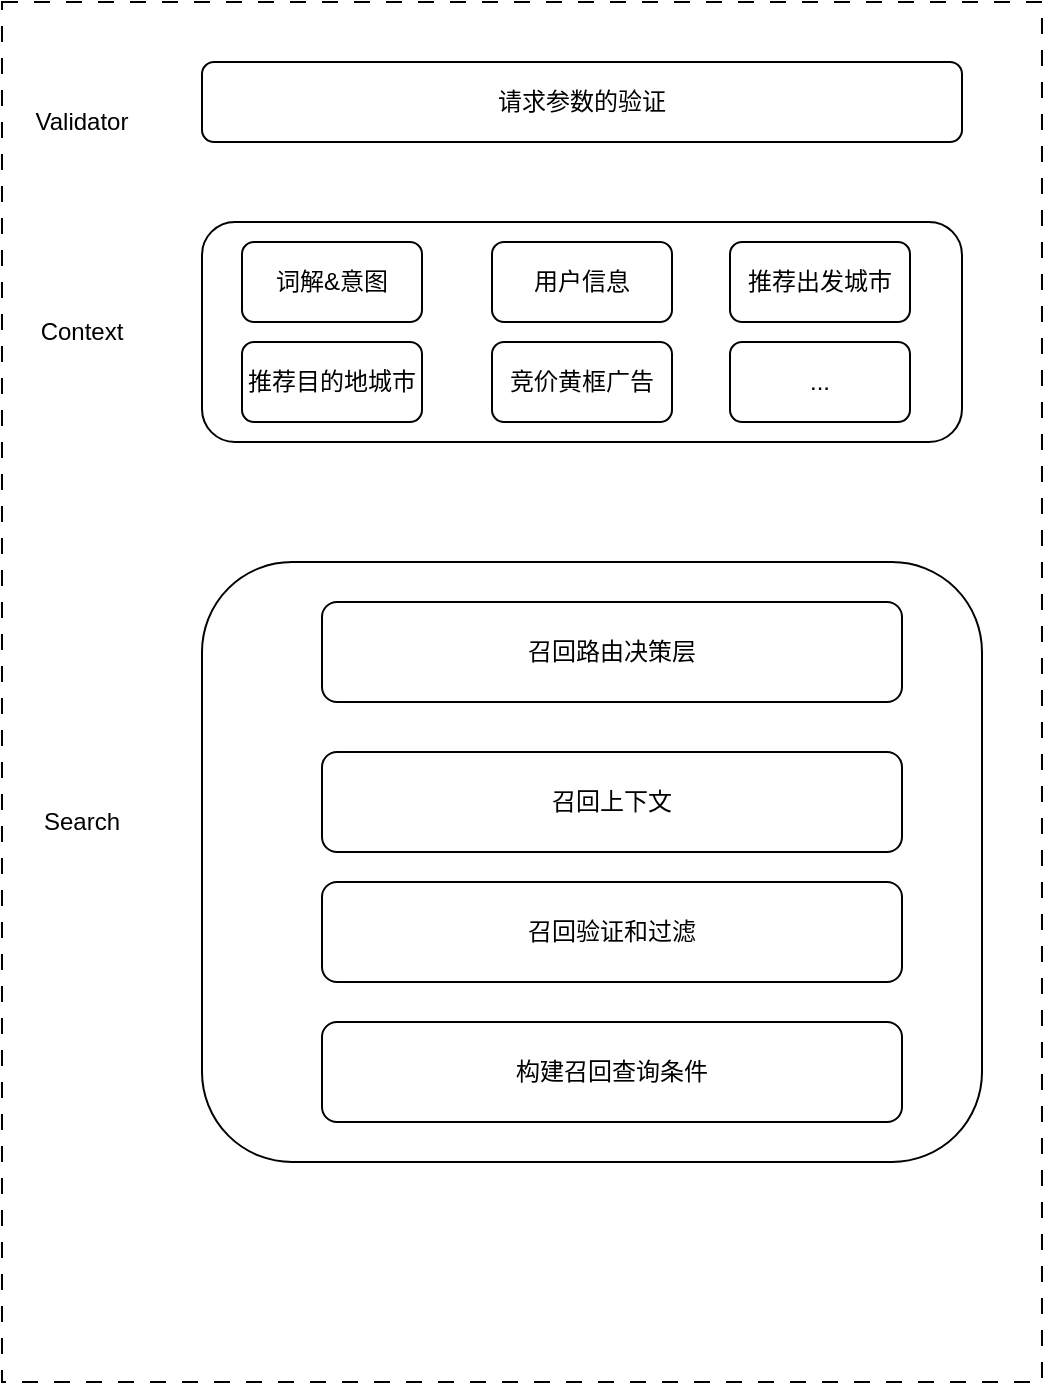
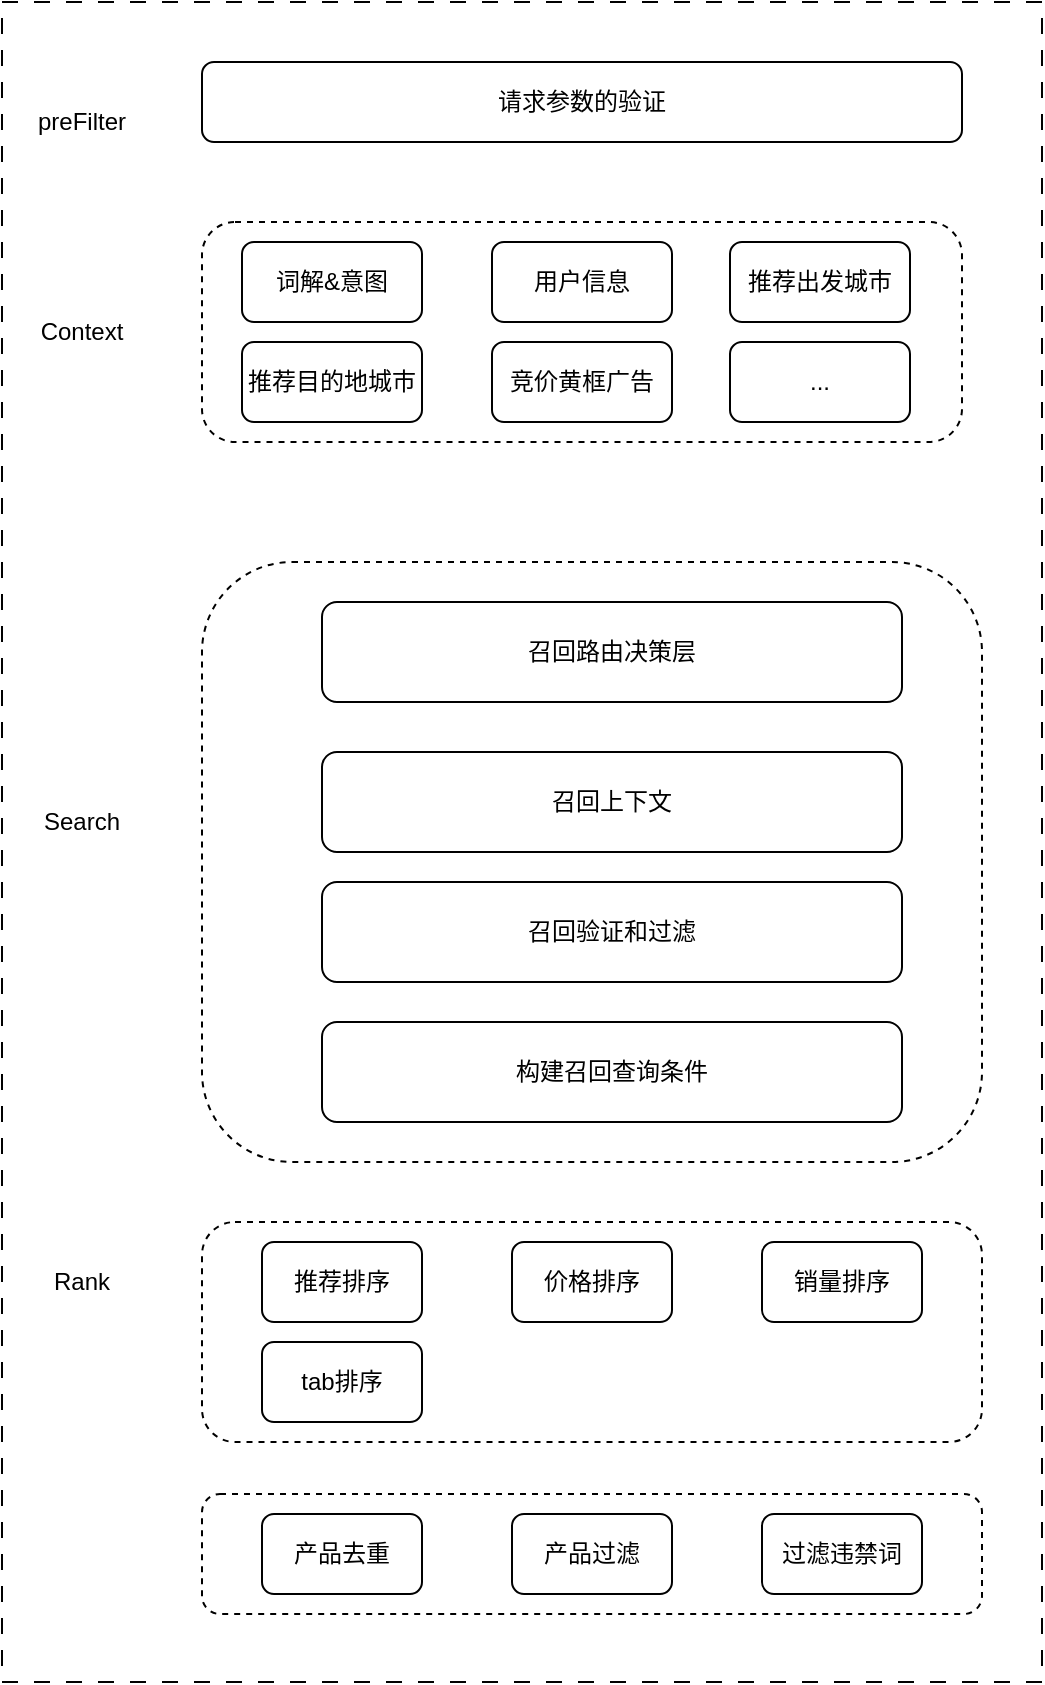
<mxfile host="app.diagrams.net">
  <diagram name="第 1 页" id="jvkQ6q8ciIzknWhuEr6Q">
    <mxGraphModel dx="1414" dy="743" grid="1" gridSize="10" guides="1" tooltips="1" connect="1" arrows="1" fold="1" page="1" pageScale="1" pageWidth="827" pageHeight="1169" math="0" shadow="0">
      <root>
        <mxCell id="0" />
        <mxCell id="1" parent="0" />
        <mxCell id="OlJ8bCc6Roh7H291gZyU-1" parent="1" style="rounded=0;whiteSpace=wrap;html=1;dashed=1;dashPattern=8 8;" value="" vertex="1">
-           <mxGeometry height="690" width="520" x="50" y="40" as="geometry" />
+           <mxGeometry height="840" width="520" x="50" y="40" as="geometry" />
        </mxCell>
        <mxCell id="OlJ8bCc6Roh7H291gZyU-2" parent="1" style="rounded=1;whiteSpace=wrap;html=1;" value="&lt;div&gt;请求参数的验证&lt;/div&gt;" vertex="1">
          <mxGeometry height="40" width="380" x="150" y="70" as="geometry" />
        </mxCell>
-         <mxCell id="OlJ8bCc6Roh7H291gZyU-3" parent="1" style="rounded=1;whiteSpace=wrap;html=1;" value="" vertex="1">
+         <mxCell id="OlJ8bCc6Roh7H291gZyU-3" parent="1" style="rounded=1;whiteSpace=wrap;html=1;dashed=1;" value="" vertex="1">
          <mxGeometry height="110" width="380" x="150" y="150" as="geometry" />
        </mxCell>
-         <mxCell id="OlJ8bCc6Roh7H291gZyU-4" parent="1" style="text;html=1;whiteSpace=wrap;strokeColor=none;fillColor=none;align=center;verticalAlign=middle;rounded=0;" value="Validator" vertex="1">
+         <mxCell id="OlJ8bCc6Roh7H291gZyU-4" parent="1" style="text;html=1;whiteSpace=wrap;strokeColor=none;fillColor=none;align=center;verticalAlign=middle;rounded=0;" value="preFilter" vertex="1">
          <mxGeometry height="30" width="60" x="60" y="85" as="geometry" />
        </mxCell>
        <mxCell id="OlJ8bCc6Roh7H291gZyU-5" parent="1" style="text;html=1;whiteSpace=wrap;strokeColor=none;fillColor=none;align=center;verticalAlign=middle;rounded=0;" value="Context" vertex="1">
          <mxGeometry height="30" width="60" x="60" y="190" as="geometry" />
        </mxCell>
        <mxCell id="OlJ8bCc6Roh7H291gZyU-6" parent="1" style="rounded=1;whiteSpace=wrap;html=1;" value="词解&amp;amp;意图" vertex="1">
          <mxGeometry height="40" width="90" x="170" y="160" as="geometry" />
        </mxCell>
        <mxCell id="OlJ8bCc6Roh7H291gZyU-7" parent="1" style="rounded=1;whiteSpace=wrap;html=1;" value="用户信息" vertex="1">
          <mxGeometry height="40" width="90" x="295" y="160" as="geometry" />
        </mxCell>
        <mxCell id="OlJ8bCc6Roh7H291gZyU-8" parent="1" style="rounded=1;whiteSpace=wrap;html=1;" value="推荐出发城市" vertex="1">
          <mxGeometry height="40" width="90" x="414" y="160" as="geometry" />
        </mxCell>
        <mxCell id="OlJ8bCc6Roh7H291gZyU-9" parent="1" style="rounded=1;whiteSpace=wrap;html=1;" value="推荐目的地城市" vertex="1">
          <mxGeometry height="40" width="90" x="170" y="210" as="geometry" />
        </mxCell>
        <mxCell id="OlJ8bCc6Roh7H291gZyU-10" parent="1" style="rounded=1;whiteSpace=wrap;html=1;" value="竞价黄框广告" vertex="1">
          <mxGeometry height="40" width="90" x="295" y="210" as="geometry" />
        </mxCell>
        <mxCell id="OlJ8bCc6Roh7H291gZyU-11" parent="1" style="rounded=1;whiteSpace=wrap;html=1;" value="..." vertex="1">
          <mxGeometry height="40" width="90" x="414" y="210" as="geometry" />
        </mxCell>
-         <mxCell id="OlJ8bCc6Roh7H291gZyU-12" parent="1" style="rounded=1;whiteSpace=wrap;html=1;" value="" vertex="1">
+         <mxCell id="OlJ8bCc6Roh7H291gZyU-12" parent="1" style="rounded=1;whiteSpace=wrap;html=1;dashed=1;" value="" vertex="1">
          <mxGeometry height="300" width="390" x="150" y="320" as="geometry" />
        </mxCell>
        <mxCell id="OlJ8bCc6Roh7H291gZyU-13" parent="1" style="text;html=1;whiteSpace=wrap;strokeColor=none;fillColor=none;align=center;verticalAlign=middle;rounded=0;" value="Search" vertex="1">
          <mxGeometry height="30" width="60" x="60" y="435" as="geometry" />
        </mxCell>
        <mxCell id="OlJ8bCc6Roh7H291gZyU-14" parent="1" style="rounded=1;whiteSpace=wrap;html=1;" value="召回路由决策层" vertex="1">
          <mxGeometry height="50" width="290" x="210" y="340" as="geometry" />
        </mxCell>
        <mxCell id="Akz6hOBq7IeE_ktEgzU_-1" parent="1" style="rounded=1;whiteSpace=wrap;html=1;" value="召回上下文" vertex="1">
          <mxGeometry height="50" width="290" x="210" y="415" as="geometry" />
        </mxCell>
        <mxCell id="Akz6hOBq7IeE_ktEgzU_-2" parent="1" style="rounded=1;whiteSpace=wrap;html=1;" value="召回验证和过滤" vertex="1">
          <mxGeometry height="50" width="290" x="210" y="480" as="geometry" />
        </mxCell>
        <mxCell id="Akz6hOBq7IeE_ktEgzU_-3" parent="1" style="rounded=1;whiteSpace=wrap;html=1;" value="构建召回查询条件" vertex="1">
          <mxGeometry height="50" width="290" x="210" y="550" as="geometry" />
        </mxCell>
+         <mxCell id="Akz6hOBq7IeE_ktEgzU_-4" parent="1" style="rounded=1;whiteSpace=wrap;html=1;dashed=1;" value="" vertex="1">
+           <mxGeometry height="110" width="390" x="150" y="650" as="geometry" />
+         </mxCell>
+         <mxCell id="Akz6hOBq7IeE_ktEgzU_-5" parent="1" style="text;html=1;whiteSpace=wrap;strokeColor=none;fillColor=none;align=center;verticalAlign=middle;rounded=0;" value="Rank" vertex="1">
+           <mxGeometry height="30" width="60" x="60" y="665" as="geometry" />
+         </mxCell>
+         <mxCell id="Akz6hOBq7IeE_ktEgzU_-6" parent="1" style="rounded=1;whiteSpace=wrap;html=1;" value="推荐排序" vertex="1">
+           <mxGeometry height="40" width="80" x="180" y="660" as="geometry" />
+         </mxCell>
+         <mxCell id="Akz6hOBq7IeE_ktEgzU_-7" parent="1" style="rounded=1;whiteSpace=wrap;html=1;" value="价格排序" vertex="1">
+           <mxGeometry height="40" width="80" x="305" y="660" as="geometry" />
+         </mxCell>
+         <mxCell id="Akz6hOBq7IeE_ktEgzU_-8" parent="1" style="rounded=1;whiteSpace=wrap;html=1;" value="销量排序" vertex="1">
+           <mxGeometry height="40" width="80" x="430" y="660" as="geometry" />
+         </mxCell>
+         <mxCell id="Akz6hOBq7IeE_ktEgzU_-9" parent="1" style="rounded=1;whiteSpace=wrap;html=1;dashed=1;" value="" vertex="1">
+           <mxGeometry height="60" width="390" x="150" y="786" as="geometry" />
+         </mxCell>
+         <mxCell id="Akz6hOBq7IeE_ktEgzU_-10" parent="1" style="rounded=1;whiteSpace=wrap;html=1;" value="产品去重" vertex="1">
+           <mxGeometry height="40" width="80" x="180" y="796" as="geometry" />
+         </mxCell>
+         <mxCell id="Akz6hOBq7IeE_ktEgzU_-11" parent="1" style="rounded=1;whiteSpace=wrap;html=1;" value="产品过滤" vertex="1">
+           <mxGeometry height="40" width="80" x="305" y="796" as="geometry" />
+         </mxCell>
+         <mxCell id="Akz6hOBq7IeE_ktEgzU_-12" parent="1" style="rounded=1;whiteSpace=wrap;html=1;" value="过滤违禁词" vertex="1">
+           <mxGeometry height="40" width="80" x="430" y="796" as="geometry" />
+         </mxCell>
+         <mxCell id="Akz6hOBq7IeE_ktEgzU_-13" parent="1" style="rounded=1;whiteSpace=wrap;html=1;" value="tab排序" vertex="1">
+           <mxGeometry height="40" width="80" x="180" y="710" as="geometry" />
+         </mxCell>
      </root>
    </mxGraphModel>
  </diagram>
</mxfile>
